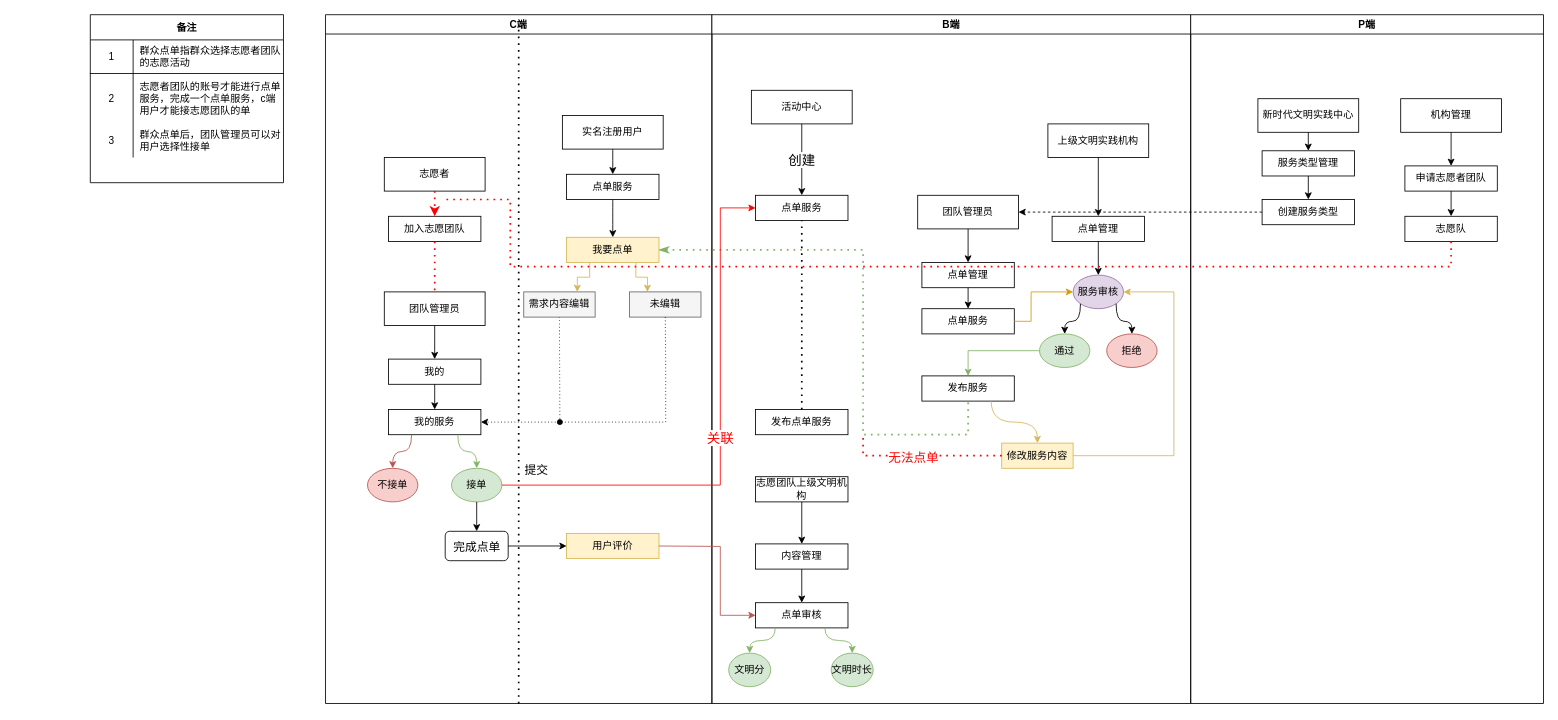
The draw.io diagram 未命名绘图.drawio in KZ137onethe/hello-world, before the edit. Source tidied: cells renumbered, new cells numbered last; positions are measured from the earlier drawing's top-left corner, leaving out a move shared by most shapes. Both pictures are drawn from the tidied source at 84%, with x=0, y=0 at pixel (90, 14).
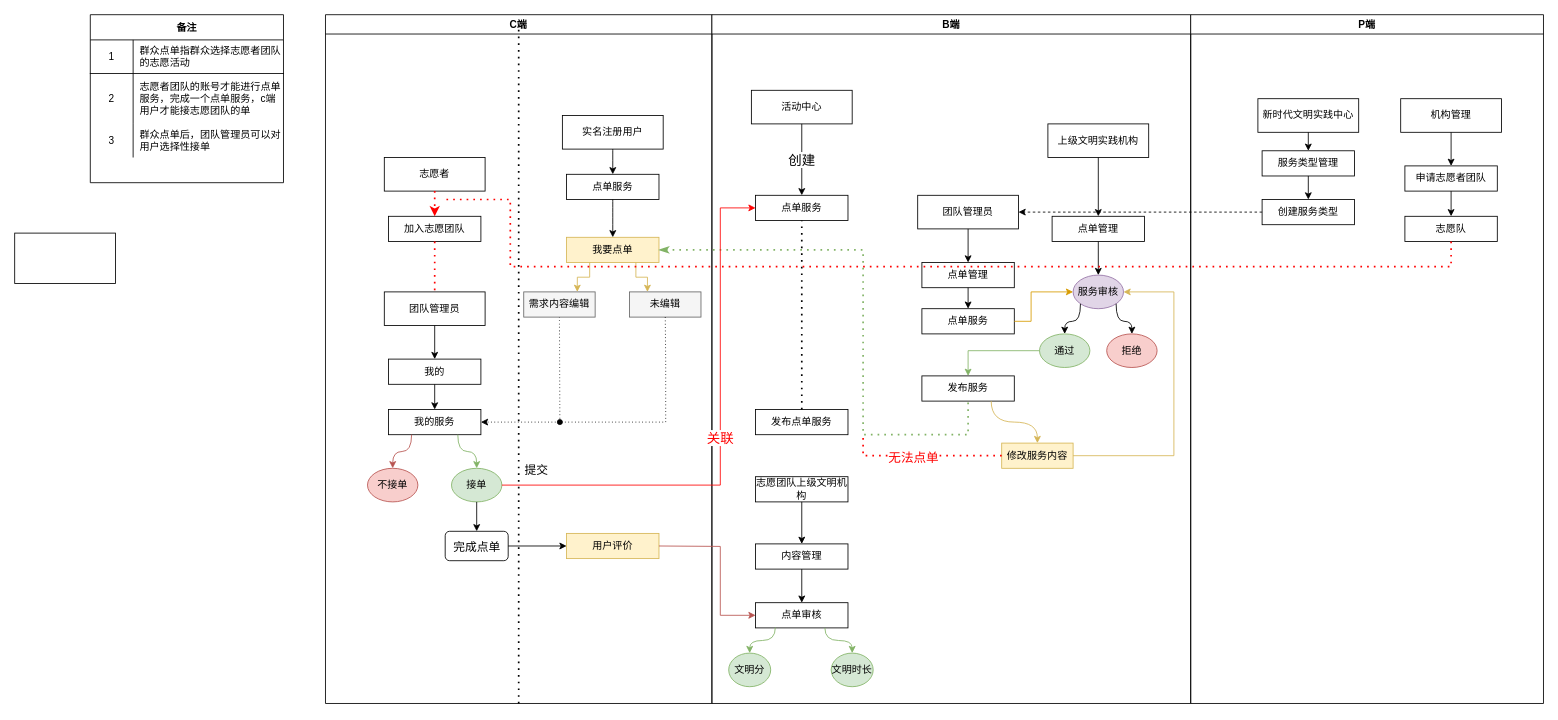
The same page after the edit.

Commit message:
更新未命名绘图.drawio

The edit, as a diff of the source:
```diff
@@
+    <mxCell id="96" style="whiteSpace=wrap;html=1;" parent="1" vertex="1">
+      <mxGeometry x="-90" y="260" width="120" height="60" as="geometry" />
+    </mxCell>
```
